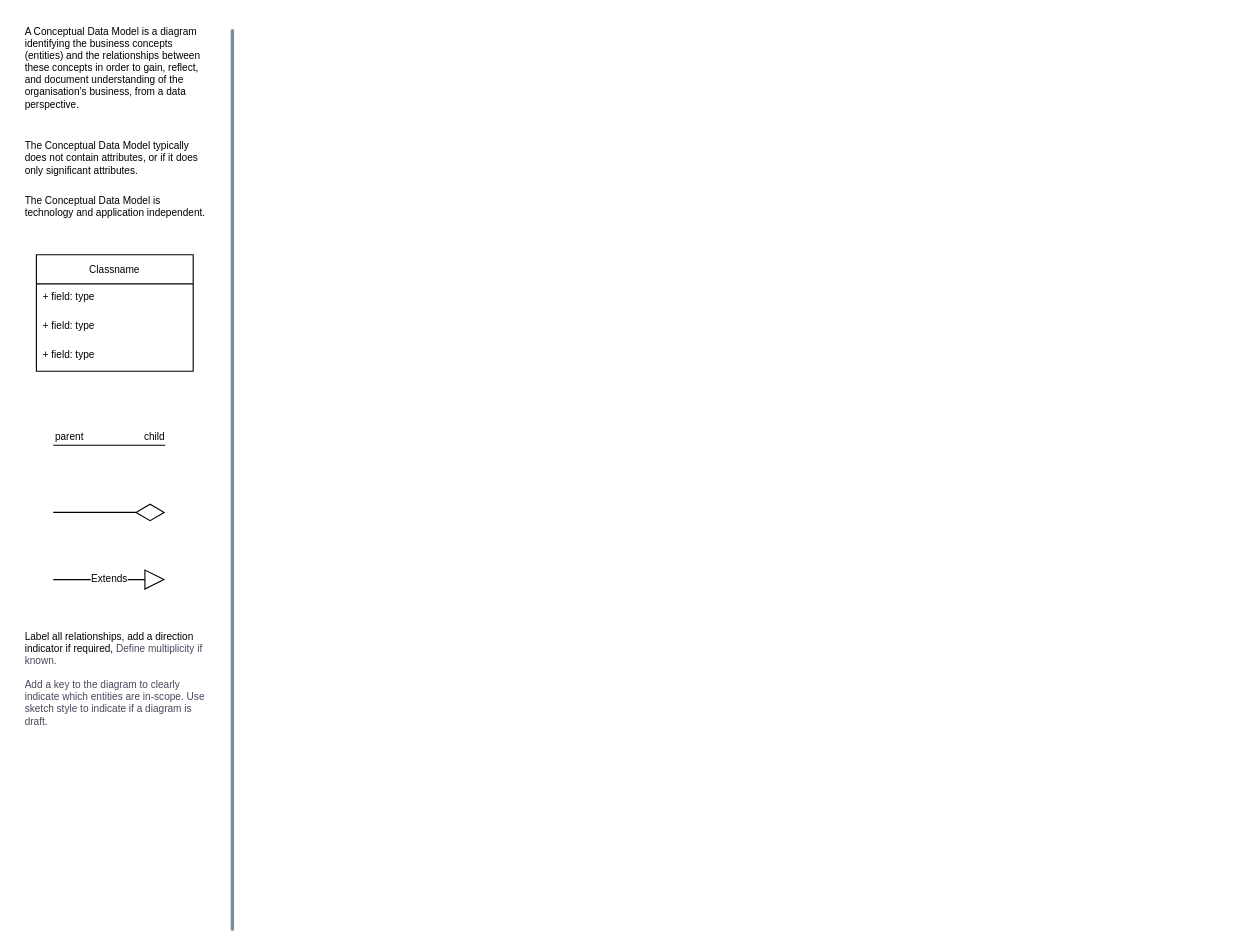
Earlier version of the draw.io diagram page "Conceptual Data Model" (2 of 2) of Sample Architecture Viewponts.drawio (martinlt/reference). Source tidied: cells renumbered, new cells numbered last; positions are measured from the earlier drawing's top-left corner, leaving out a move shared by most shapes. Both pictures are drawn from the tidied source at 112%, with x=0, y=0 at pixel (19, 30).
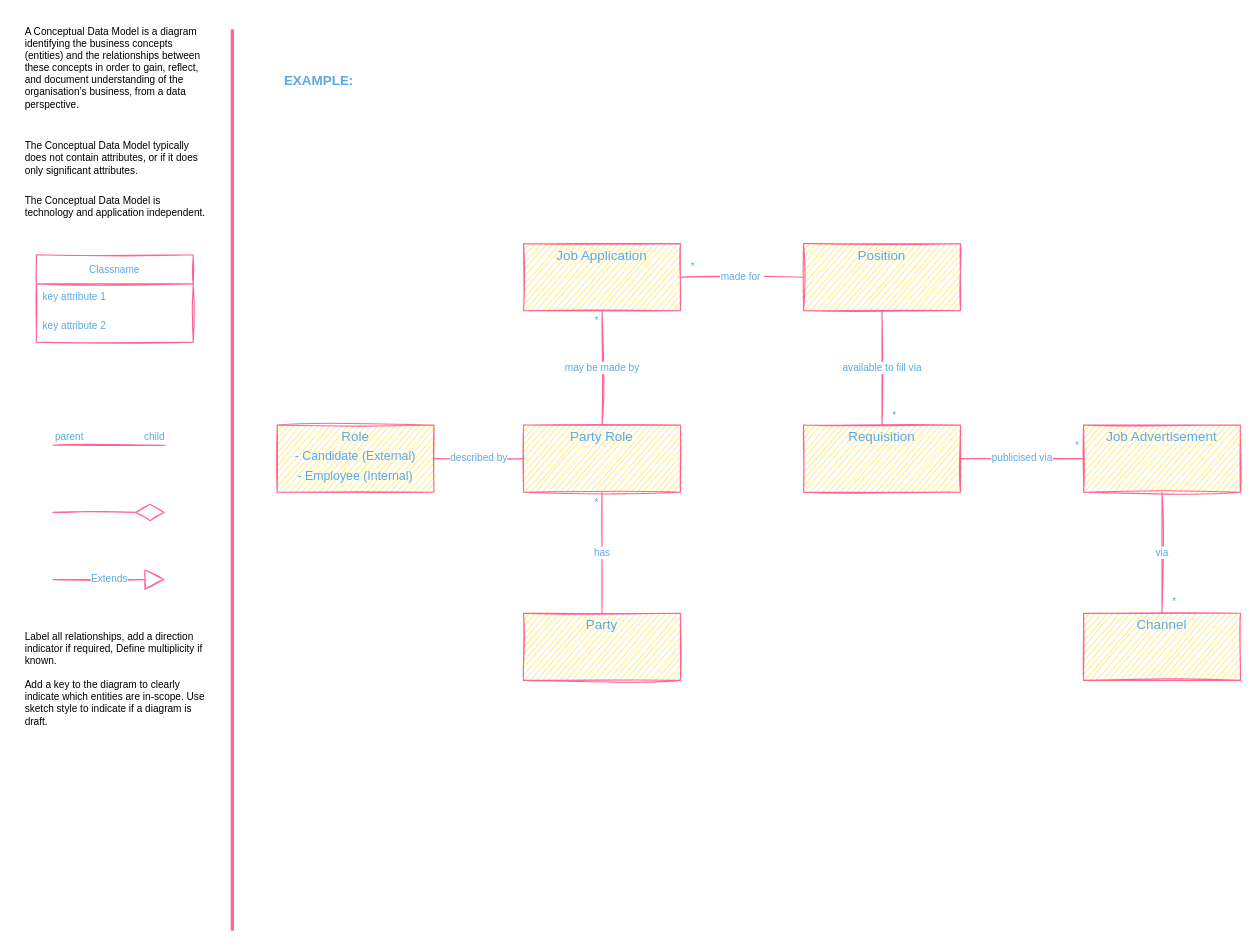
Above is the later version.

The edit, as a diff of the source:
```diff
@@
-    <mxCell id="2" value="&lt;h1 style=&quot;font-size: 9px;&quot;&gt;&lt;/h1&gt;&lt;span style=&quot;color: rgb(0, 0, 0); font-size: 9px; background-color: rgb(255, 255, 255);&quot;&gt;A Conceptual Data Model is a diagram identifying the business concepts (entities) and the relationships between these concepts in order to gain, reflect, and document understanding of the organisation’s business, from a data perspective.&lt;br style=&quot;font-size: 9px;&quot;&gt;&lt;/span&gt;&lt;span style=&quot;color: rgb(51, 51, 51); font-size: 9px; background-color: rgb(255, 255, 255);&quot;&gt;&lt;br style=&quot;font-size: 9px;&quot;&gt;&lt;/span&gt;&lt;p class=&quot;&quot; style=&quot;margin: 1rem 0px; overflow-wrap: break-word; color: rgb(0, 0, 0); font-size: 9px; background-color: rgb(255, 255, 255);&quot;&gt;The Conceptual Data Model typically does not contain attributes, or if it does only significant attributes.&lt;/p&gt;&lt;p class=&quot;&quot; style=&quot;margin: 1rem 0px; overflow-wrap: break-word; color: rgb(0, 0, 0); font-size: 9px; background-color: rgb(255, 255, 255);&quot;&gt;The Conceptual Data Model is technology and application independent.&lt;/p&gt;" style="text;html=1;strokeColor=none;fillColor=none;spacing=5;spacingTop=-20;whiteSpace=wrap;overflow=hidden;rounded=0;fontColor=#46495D;fontSize=9;fontFamily=Helvetica;" parent="1" vertex="1">
+    <mxCell id="2" value="&lt;h1 style=&quot;font-size: 9px;&quot;&gt;&lt;/h1&gt;&lt;span style=&quot;color: rgb(0, 0, 0); font-size: 9px; background-color: rgb(255, 255, 255);&quot;&gt;A Conceptual Data Model is a diagram identifying the business concepts (entities) and the relationships between these concepts in order to gain, reflect, and document understanding of the organisation’s business, from a data perspective.&lt;br style=&quot;font-size: 9px;&quot;&gt;&lt;/span&gt;&lt;span style=&quot;color: rgb(51, 51, 51); font-size: 9px; background-color: rgb(255, 255, 255);&quot;&gt;&lt;br style=&quot;font-size: 9px;&quot;&gt;&lt;/span&gt;&lt;p class=&quot;&quot; style=&quot;margin: 1rem 0px; overflow-wrap: break-word; color: rgb(0, 0, 0); font-size: 9px; background-color: rgb(255, 255, 255);&quot;&gt;The Conceptual Data Model typically does not contain attributes, or if it does only significant attributes.&lt;/p&gt;&lt;p class=&quot;&quot; style=&quot;margin: 1rem 0px; overflow-wrap: break-word; color: rgb(0, 0, 0); font-size: 9px; background-color: rgb(255, 255, 255);&quot;&gt;The Conceptual Data Model is technology and application independent.&lt;/p&gt;" style="text;html=1;strokeColor=none;fillColor=none;spacing=5;spacingTop=-20;whiteSpace=wrap;overflow=hidden;rounded=0;fontColor=#5AA9E6;fontSize=9;fontFamily=Helvetica;sketch=1;" parent="1" vertex="1">
       <mxGeometry width="170" height="200" as="geometry" />
     </mxCell>
-    <mxCell id="3" value="Classname" style="swimlane;fontStyle=0;horizontal=1;startSize=26;fillColor=none;rounded=0;labelBorderColor=none;fontFamily=Helvetica;fontSize=9;strokeColor=default;strokeWidth=1;" parent="1" vertex="1">
-      <mxGeometry x="15" y="200" width="140" height="104" as="geometry" />
+    <mxCell id="3" value="Classname" style="swimlane;fontStyle=0;horizontal=1;startSize=26;fillColor=none;rounded=0;labelBorderColor=none;fontFamily=Helvetica;fontSize=9;strokeColor=#FF6392;strokeWidth=1;sketch=1;fontColor=#5AA9E6;" parent="1" vertex="1">
+      <mxGeometry x="15" y="200" width="140" height="78" as="geometry" />
     </mxCell>
-    <mxCell id="4" value="+ field: type" style="text;strokeColor=none;fillColor=none;align=left;verticalAlign=top;spacingLeft=4;spacingRight=4;overflow=hidden;rounded=0;labelBorderColor=none;fontFamily=Helvetica;fontSize=9;" parent="3" vertex="1">
+    <mxCell id="4" value="key attribute 1" style="text;strokeColor=none;fillColor=none;align=left;verticalAlign=top;spacingLeft=4;spacingRight=4;overflow=hidden;rounded=0;labelBorderColor=none;fontFamily=Helvetica;fontSize=9;sketch=1;fontColor=#5AA9E6;" parent="3" vertex="1">
       <mxGeometry y="26" width="140" height="26" as="geometry" />
     </mxCell>
-    <mxCell id="5" value="+ field: type" style="text;strokeColor=none;fillColor=none;align=left;verticalAlign=top;spacingLeft=4;spacingRight=4;overflow=hidden;rounded=0;labelBorderColor=none;fontFamily=Helvetica;fontSize=9;" parent="3" vertex="1">
+    <mxCell id="5" value="key attribute 2" style="text;strokeColor=none;fillColor=none;align=left;verticalAlign=top;spacingLeft=4;spacingRight=4;overflow=hidden;rounded=0;labelBorderColor=none;fontFamily=Helvetica;fontSize=9;sketch=1;fontColor=#5AA9E6;" parent="3" vertex="1">
       <mxGeometry y="52" width="140" height="26" as="geometry" />
     </mxCell>
-    <mxCell id="6" value="+ field: type" style="text;strokeColor=none;fillColor=none;align=left;verticalAlign=top;spacingLeft=4;spacingRight=4;overflow=hidden;rounded=0;labelBorderColor=none;fontFamily=Helvetica;fontSize=9;" parent="3" vertex="1">
-      <mxGeometry y="78" width="140" height="26" as="geometry" />
-    </mxCell>
-    <mxCell id="7" style="endArrow=diamondThin;endFill=0;endSize=24;html=1;rounded=0;fontFamily=Helvetica;fontSize=9;" parent="1" edge="1">
+    <mxCell id="7" style="endArrow=diamondThin;endFill=0;endSize=24;html=1;rounded=0;fontFamily=Helvetica;fontSize=9;sketch=1;strokeColor=#FF6392;fontColor=#5AA9E6;" parent="1" edge="1">
       <mxGeometry relative="1" as="geometry">
         <mxPoint x="30" y="430" as="sourcePoint" />
         <mxPoint x="130" y="430" as="targetPoint" />
       </mxGeometry>
     </mxCell>
-    <mxCell id="8" value="Extends" style="endArrow=block;endSize=16;endFill=0;html=1;rounded=0;fontFamily=Helvetica;fontSize=9;" parent="1" edge="1">
+    <mxCell id="8" value="Extends" style="endArrow=block;endSize=16;endFill=0;html=1;rounded=0;fontFamily=Helvetica;fontSize=9;sketch=1;strokeColor=#FF6392;fontColor=#5AA9E6;" parent="1" edge="1">
       <mxGeometry relative="1" as="geometry">
         <mxPoint x="30" y="490" as="sourcePoint" />
         <mxPoint x="130" y="490" as="targetPoint" />
       </mxGeometry>
     </mxCell>
-    <mxCell id="9" style="endArrow=none;html=1;edgeStyle=orthogonalEdgeStyle;rounded=0;fontFamily=Helvetica;fontSize=9;" parent="1" edge="1">
+    <mxCell id="9" style="endArrow=none;html=1;edgeStyle=orthogonalEdgeStyle;rounded=0;fontFamily=Helvetica;fontSize=9;sketch=1;strokeColor=#FF6392;fontColor=#5AA9E6;" parent="1" edge="1">
       <mxGeometry relative="1" as="geometry">
         <mxPoint x="30" y="370" as="sourcePoint" />
         <mxPoint x="130" y="370" as="targetPoint" />
       </mxGeometry>
     </mxCell>
-    <mxCell id="10" value="parent" style="edgeLabel;html=1;align=left;verticalAlign=bottom;rounded=0;labelBorderColor=none;fontFamily=Helvetica;fontSize=9;strokeColor=default;strokeWidth=1;" parent="9" vertex="1">
+    <mxCell id="10" value="parent" style="edgeLabel;html=1;align=left;verticalAlign=bottom;rounded=0;labelBorderColor=none;fontFamily=Helvetica;fontSize=9;strokeColor=#FF6392;strokeWidth=1;sketch=1;fontColor=#5AA9E6;" parent="9" vertex="1">
       <mxGeometry x="-1" relative="1" as="geometry" />
     </mxCell>
-    <mxCell id="11" value="child" style="edgeLabel;html=1;align=right;verticalAlign=bottom;rounded=0;labelBorderColor=none;fontFamily=Helvetica;fontSize=9;strokeColor=default;strokeWidth=1;" parent="9" vertex="1">
+    <mxCell id="11" value="child" style="edgeLabel;html=1;align=right;verticalAlign=bottom;rounded=0;labelBorderColor=none;fontFamily=Helvetica;fontSize=9;strokeColor=#FF6392;strokeWidth=1;sketch=1;fontColor=#5AA9E6;" parent="9" vertex="1">
       <mxGeometry x="1" relative="1" as="geometry" />
     </mxCell>
-    <mxCell id="12" value="&lt;h1 style=&quot;font-size: 9px&quot;&gt;&lt;/h1&gt;&lt;font color=&quot;#000000&quot;&gt;&lt;span style=&quot;background-color: rgb(255 , 255 , 255)&quot;&gt;Label all relationships, add a direction indicator if required,&amp;nbsp;&lt;/span&gt;&lt;/font&gt;Define multiplicity if known.&lt;br&gt;&lt;br&gt;Add a key to the diagram to clearly indicate which entities are in-scope. Use sketch style to indicate if a diagram is draft." style="text;html=1;strokeColor=none;fillColor=none;spacing=5;spacingTop=-20;whiteSpace=wrap;overflow=hidden;rounded=0;fontColor=#46495D;fontSize=9;fontFamily=Helvetica;" parent="1" vertex="1">
+    <mxCell id="12" value="&lt;h1 style=&quot;font-size: 9px&quot;&gt;&lt;/h1&gt;&lt;font&gt;&lt;span style=&quot;background-color: rgb(255 , 255 , 255)&quot;&gt;Label all relationships, add a direction indicator if required,&amp;nbsp;&lt;/span&gt;&lt;/font&gt;Define multiplicity if known.&lt;br&gt;&lt;br&gt;Add a key to the diagram to clearly indicate which entities are in-scope. Use sketch style to indicate if a diagram is draft." style="text;html=1;strokeColor=none;fillColor=none;spacing=5;spacingTop=-20;whiteSpace=wrap;overflow=hidden;rounded=0;fontColor=#000000;fontSize=9;fontFamily=Helvetica;sketch=1;" parent="1" vertex="1">
       <mxGeometry y="540" width="170" height="200" as="geometry" />
     </mxCell>
-    <mxCell id="13" style="endArrow=none;html=1;rounded=0;fontSize=9;strokeWidth=3;sketch=1;strokeColor=#788AA3;fontColor=#46495D;" parent="1" edge="1">
+    <mxCell id="13" style="endArrow=none;html=1;rounded=0;fontSize=9;strokeWidth=3;sketch=1;strokeColor=#FF6392;fontColor=#5AA9E6;" parent="1" edge="1">
       <mxGeometry relative="1" as="geometry">
         <mxPoint x="190" as="sourcePoint" />
         <mxPoint x="190" y="802.1" as="targetPoint" />
       </mxGeometry>
     </mxCell>
+    <mxCell id="14" value="available to fill via" style="edgeStyle=orthogonalEdgeStyle;rounded=0;jettySize=auto;html=1;fontFamily=Helvetica;fontSize=9;endArrow=none;endFill=0;sketch=1;strokeColor=#FF6392;fontColor=#5AA9E6;" parent="1" edge="1" source="16" target="19">
+      <mxGeometry relative="1" as="geometry" />
+    </mxCell>
+    <mxCell id="15" value="*" style="edgeLabel;html=1;align=center;verticalAlign=middle;fontSize=9;fontFamily=Helvetica;sketch=1;fontColor=#5AA9E6;" parent="14" vertex="1">
+      <mxGeometry x="0.83" y="1" relative="1" as="geometry">
+        <mxPoint x="9" as="offset" />
+      </mxGeometry>
+    </mxCell>
+    <mxCell id="16" value="&lt;p style=&quot;margin: 0px ; margin-top: 4px ; text-align: center&quot;&gt;Position&lt;/p&gt;" style="verticalAlign=top;align=left;overflow=fill;fontSize=12;fontFamily=Helvetica;html=1;rounded=0;labelBorderColor=none;strokeColor=#FF6392;strokeWidth=1;sketch=1;fillColor=#FFE45E;fontColor=#5AA9E6;" parent="1" vertex="1">
+      <mxGeometry x="700" y="190" width="140" height="60" as="geometry" />
+    </mxCell>
+    <mxCell id="17" value="publicised via" style="edgeStyle=orthogonalEdgeStyle;rounded=0;jettySize=auto;html=1;fontFamily=Helvetica;fontSize=9;endArrow=none;endFill=0;sketch=1;strokeColor=#FF6392;fontColor=#5AA9E6;" parent="1" edge="1" source="19" target="22">
+      <mxGeometry relative="1" as="geometry" />
+    </mxCell>
+    <mxCell id="18" value="*" style="edgeLabel;html=1;align=center;verticalAlign=middle;fontSize=9;fontFamily=Helvetica;sketch=1;fontColor=#5AA9E6;" parent="17" vertex="1">
+      <mxGeometry x="0.87" y="1" relative="1" as="geometry">
+        <mxPoint y="-11" as="offset" />
+      </mxGeometry>
+    </mxCell>
+    <mxCell id="19" value="&lt;p style=&quot;margin: 0px ; margin-top: 4px ; text-align: center&quot;&gt;Requisition&lt;/p&gt;" style="verticalAlign=top;align=left;overflow=fill;fontSize=12;fontFamily=Helvetica;html=1;rounded=0;labelBorderColor=none;strokeColor=#FF6392;strokeWidth=1;sketch=1;fillColor=#FFE45E;fontColor=#5AA9E6;" parent="1" vertex="1">
+      <mxGeometry x="700" y="352" width="140" height="60" as="geometry" />
+    </mxCell>
+    <mxCell id="20" value="via" style="edgeStyle=orthogonalEdgeStyle;rounded=0;jettySize=auto;html=1;fontFamily=Helvetica;fontSize=9;endArrow=none;endFill=0;sketch=1;strokeColor=#FF6392;fontColor=#5AA9E6;" parent="1" edge="1" source="22" target="26">
+      <mxGeometry relative="1" as="geometry" />
+    </mxCell>
+    <mxCell id="21" value="*" style="edgeLabel;html=1;align=center;verticalAlign=middle;fontSize=9;fontFamily=Helvetica;sketch=1;fontColor=#5AA9E6;" parent="20" vertex="1">
+      <mxGeometry x="0.8" y="1" relative="1" as="geometry">
+        <mxPoint x="9" as="offset" />
+      </mxGeometry>
+    </mxCell>
+    <mxCell id="22" value="&lt;p style=&quot;margin: 0px ; margin-top: 4px ; text-align: center&quot;&gt;Job Advertisement&lt;/p&gt;" style="verticalAlign=top;align=left;overflow=fill;fontSize=12;fontFamily=Helvetica;html=1;rounded=0;labelBorderColor=none;strokeColor=#FF6392;strokeWidth=1;sketch=1;fillColor=#FFE45E;fontColor=#5AA9E6;" parent="1" vertex="1">
+      <mxGeometry x="950" y="352" width="140" height="60" as="geometry" />
+    </mxCell>
+    <mxCell id="23" value="made for&amp;nbsp;" style="edgeStyle=orthogonalEdgeStyle;rounded=0;jettySize=auto;html=1;fontFamily=Helvetica;fontSize=9;endArrow=none;endFill=0;exitX=1;exitY=0.5;exitDx=0;exitDy=0;sketch=1;strokeColor=#FF6392;fontColor=#5AA9E6;" parent="1" edge="1" source="25" target="16">
+      <mxGeometry relative="1" as="geometry" />
+    </mxCell>
+    <mxCell id="24" value="*" style="edgeLabel;html=1;align=center;verticalAlign=middle;fontSize=9;fontFamily=Helvetica;sketch=1;fontColor=#5AA9E6;" parent="23" vertex="1">
+      <mxGeometry x="-0.76" relative="1" as="geometry">
+        <mxPoint x="-3" y="-10" as="offset" />
+      </mxGeometry>
+    </mxCell>
+    <mxCell id="25" value="&lt;p style=&quot;margin: 0px ; margin-top: 4px ; text-align: center&quot;&gt;Job Application&lt;/p&gt;" style="verticalAlign=top;align=left;overflow=fill;fontSize=12;fontFamily=Helvetica;html=1;rounded=0;labelBorderColor=none;strokeColor=#FF6392;strokeWidth=1;sketch=1;fillColor=#FFE45E;fontColor=#5AA9E6;" parent="1" vertex="1">
+      <mxGeometry x="450" y="190" width="140" height="60" as="geometry" />
+    </mxCell>
+    <mxCell id="26" value="&lt;p style=&quot;margin: 0px ; margin-top: 4px ; text-align: center&quot;&gt;Channel&lt;/p&gt;" style="verticalAlign=top;align=left;overflow=fill;fontSize=12;fontFamily=Helvetica;html=1;rounded=0;labelBorderColor=none;strokeColor=#FF6392;strokeWidth=1;sketch=1;fillColor=#FFE45E;fontColor=#5AA9E6;" parent="1" vertex="1">
+      <mxGeometry x="950" y="520" width="140" height="60" as="geometry" />
+    </mxCell>
+    <mxCell id="27" value="may be made by" style="edgeStyle=orthogonalEdgeStyle;rounded=0;jettySize=auto;html=1;fontFamily=Helvetica;fontSize=9;endArrow=none;endFill=0;sketch=1;strokeColor=#FF6392;fontColor=#5AA9E6;" parent="1" edge="1" source="32" target="25">
+      <mxGeometry relative="1" as="geometry" />
+    </mxCell>
+    <mxCell id="28" value="*" style="edgeLabel;html=1;align=center;verticalAlign=middle;fontSize=9;fontFamily=Helvetica;sketch=1;fontColor=#5AA9E6;" parent="27" vertex="1">
+      <mxGeometry x="0.74" y="1" relative="1" as="geometry">
+        <mxPoint x="-5" y="-5" as="offset" />
+      </mxGeometry>
+    </mxCell>
+    <mxCell id="29" value="has" style="edgeStyle=orthogonalEdgeStyle;rounded=0;jettySize=auto;html=1;fontFamily=Helvetica;fontSize=9;endArrow=none;endFill=0;sketch=1;strokeColor=#FF6392;fontColor=#5AA9E6;" parent="1" edge="1" source="32" target="33">
+      <mxGeometry relative="1" as="geometry" />
+    </mxCell>
+    <mxCell id="30" value="*" style="edgeLabel;html=1;align=center;verticalAlign=middle;fontSize=9;fontFamily=Helvetica;sketch=1;fontColor=#5AA9E6;" parent="29" vertex="1">
+      <mxGeometry x="-0.83" y="-1" relative="1" as="geometry">
+        <mxPoint x="-5" as="offset" />
+      </mxGeometry>
+    </mxCell>
+    <mxCell id="31" value="described by" style="edgeStyle=orthogonalEdgeStyle;rounded=0;jettySize=auto;html=1;fontFamily=Helvetica;fontSize=9;endArrow=none;endFill=0;sketch=1;strokeColor=#FF6392;fontColor=#5AA9E6;" parent="1" edge="1" source="32" target="34">
+      <mxGeometry relative="1" as="geometry" />
+    </mxCell>
+    <mxCell id="32" value="&lt;p style=&quot;margin: 0px ; margin-top: 4px ; text-align: center&quot;&gt;Party Role&lt;/p&gt;" style="verticalAlign=top;align=left;overflow=fill;fontSize=12;fontFamily=Helvetica;html=1;rounded=0;labelBorderColor=none;strokeColor=#FF6392;strokeWidth=1;sketch=1;fillColor=#FFE45E;fontColor=#5AA9E6;" parent="1" vertex="1">
+      <mxGeometry x="450" y="352" width="140" height="60" as="geometry" />
+    </mxCell>
+    <mxCell id="33" value="&lt;p style=&quot;margin: 0px ; margin-top: 4px ; text-align: center&quot;&gt;Party&lt;/p&gt;" style="verticalAlign=top;align=left;overflow=fill;fontSize=12;fontFamily=Helvetica;html=1;rounded=0;labelBorderColor=none;strokeColor=#FF6392;strokeWidth=1;sketch=1;fillColor=#FFE45E;fontColor=#5AA9E6;" parent="1" vertex="1">
+      <mxGeometry x="450" y="520" width="140" height="60" as="geometry" />
+    </mxCell>
+    <mxCell id="34" value="&lt;p style=&quot;margin: 0px ; margin-top: 4px ; text-align: center&quot;&gt;Role&lt;/p&gt;&lt;p style=&quot;margin: 4px 0px 0px ; text-align: center ; font-size: 11px&quot;&gt;&lt;font style=&quot;font-size: 11px&quot;&gt;- Candidate (External)&lt;/font&gt;&lt;/p&gt;&lt;p style=&quot;margin: 4px 0px 0px ; text-align: center ; font-size: 11px&quot;&gt;&lt;font style=&quot;font-size: 11px&quot;&gt;- Employee (Internal)&lt;/font&gt;&lt;/p&gt;" style="verticalAlign=top;align=left;overflow=fill;fontSize=12;fontFamily=Helvetica;html=1;rounded=0;labelBorderColor=none;strokeColor=#FF6392;strokeWidth=1;sketch=1;fillColor=#FFE45E;fontColor=#5AA9E6;" parent="1" vertex="1">
+      <mxGeometry x="230" y="352" width="140" height="60" as="geometry" />
+    </mxCell>
+    <mxCell id="35" value="EXAMPLE:" style="text;html=1;strokeColor=none;fillColor=none;align=center;verticalAlign=middle;whiteSpace=wrap;rounded=0;sketch=1;fontColor=#5AA9E6;fontStyle=1;" parent="1" vertex="1">
+      <mxGeometry x="230" y="30" width="75" height="30" as="geometry" />
+    </mxCell>
```
